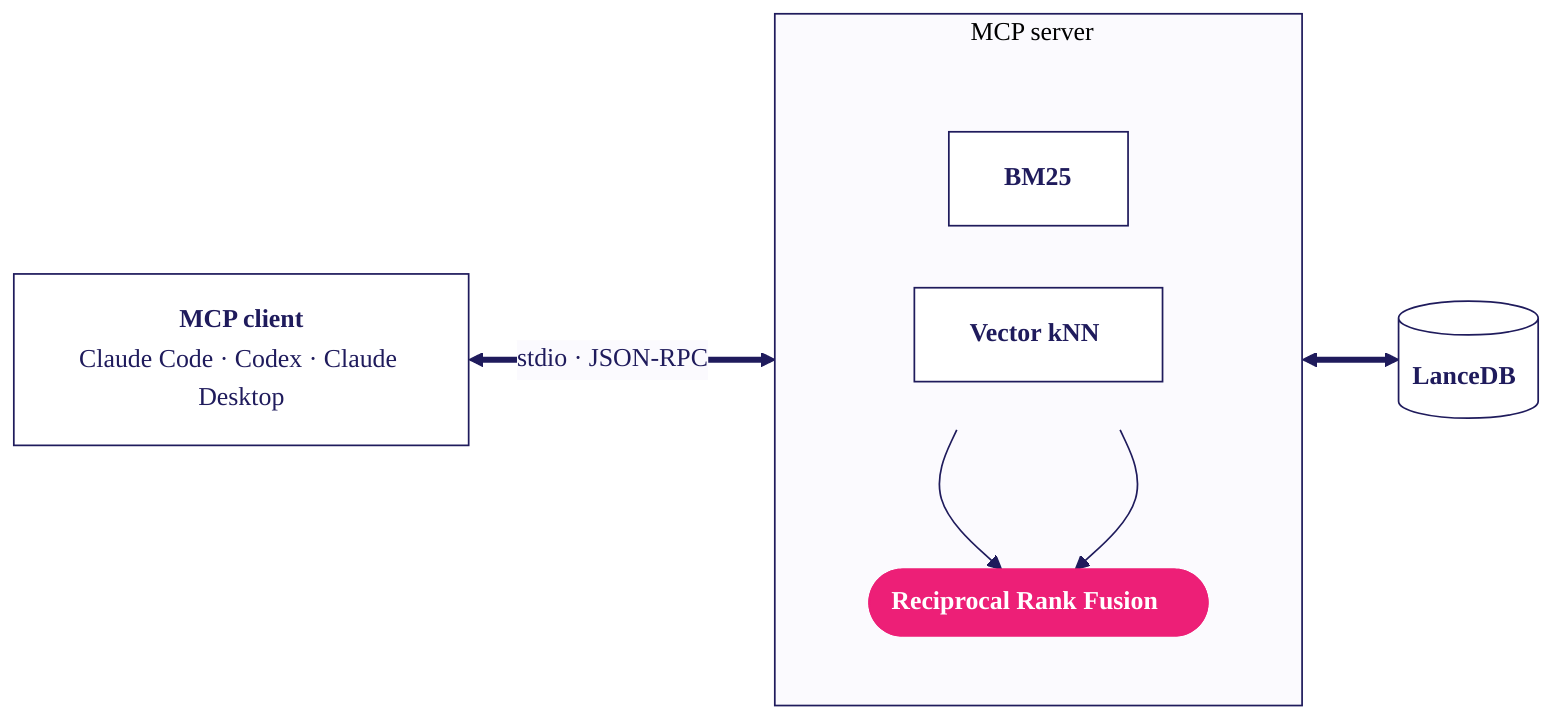
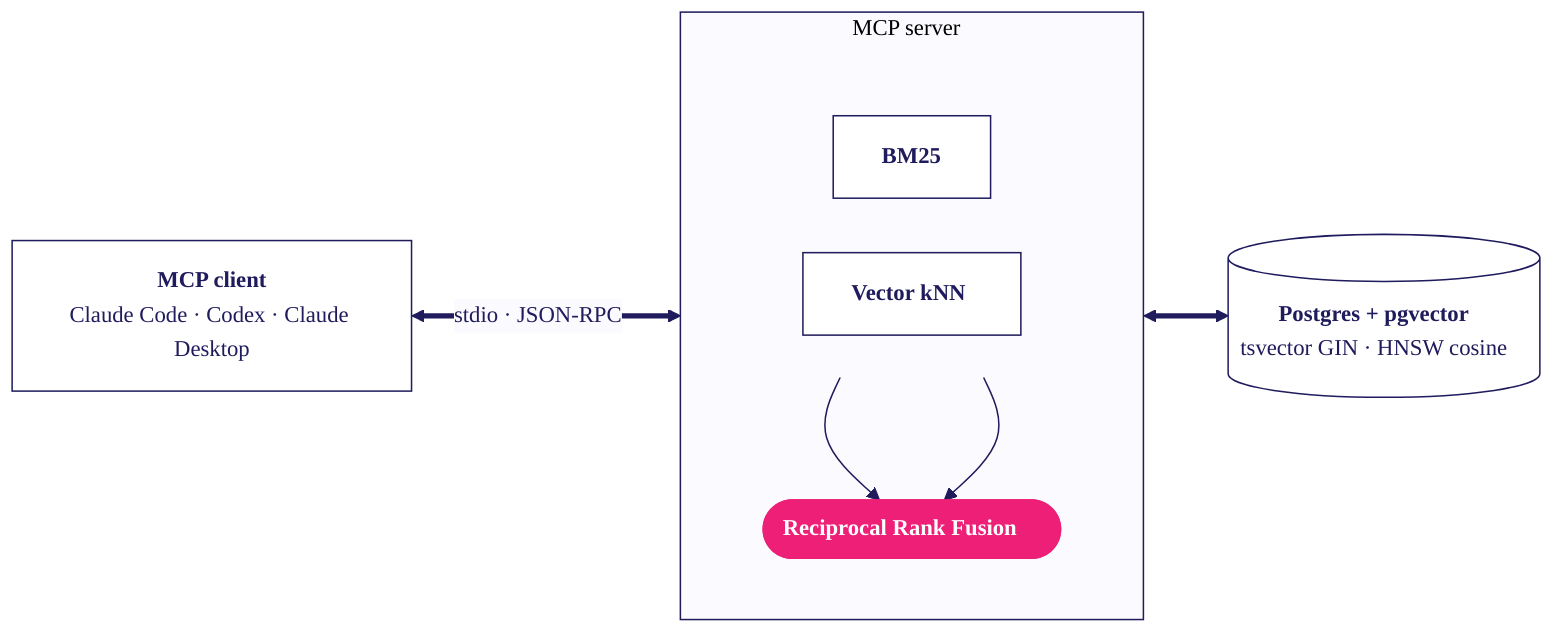
%%{init: {
  "theme": "base",
  "themeVariables": {
    "fontFamily": "Inter, -apple-system, BlinkMacSystemFont, system-ui, sans-serif",
    "fontSize": "15px",
    "primaryColor": "#ffffff",
    "primaryTextColor": "#1F1B5C",
    "primaryBorderColor": "#1F1B5C",
    "lineColor": "#1F1B5C",
    "secondaryColor": "#FBFAFE",
    "tertiaryColor": "#ffffff",
    "background": "#ffffff",
    "mainBkg": "#ffffff",
    "clusterBkg": "#FBFAFE",
    "clusterBorder": "#1F1B5C"
  },
  "flowchart": { "curve": "basis", "htmlLabels": true, "padding": 16, "nodeSpacing": 36, "rankSpacing": 56 }
}}%%
flowchart LR
  C["<b>MCP client</b><br/><span style='color:#6B6B7A;font-size:12px;font-weight:400'>Claude Code · Codex · Claude Desktop</span>"]

  subgraph S["<span style='color:#1F1B5C;font-size:13px;font-weight:600'>MCP server</span>"]
    direction TB
    subgraph R[" "]
      direction LR
      BM["<b>BM25</b>"]
      VK["<b>Vector kNN</b>"]
    end
    RR(["<b>Reciprocal Rank Fusion</b>"])
    BM --> RR
    VK --> RR
  end

-   L[("<b>LanceDB</b>")]
+   L[("<b>Postgres + pgvector</b><br/><span style='color:#6B6B7A;font-size:11px;font-weight:400'>tsvector GIN · HNSW cosine</span>")]

  C <==>|"<span style='color:#6B6B7A;font-size:11px'>stdio · JSON-RPC</span>"| S
  S <==> L

  classDef accent fill:#ED1F77,stroke:#ED1F77,color:#ffffff,font-weight:600;
  class RR accent;
  classDef invisible fill:transparent,stroke:transparent;
  class R invisible;
